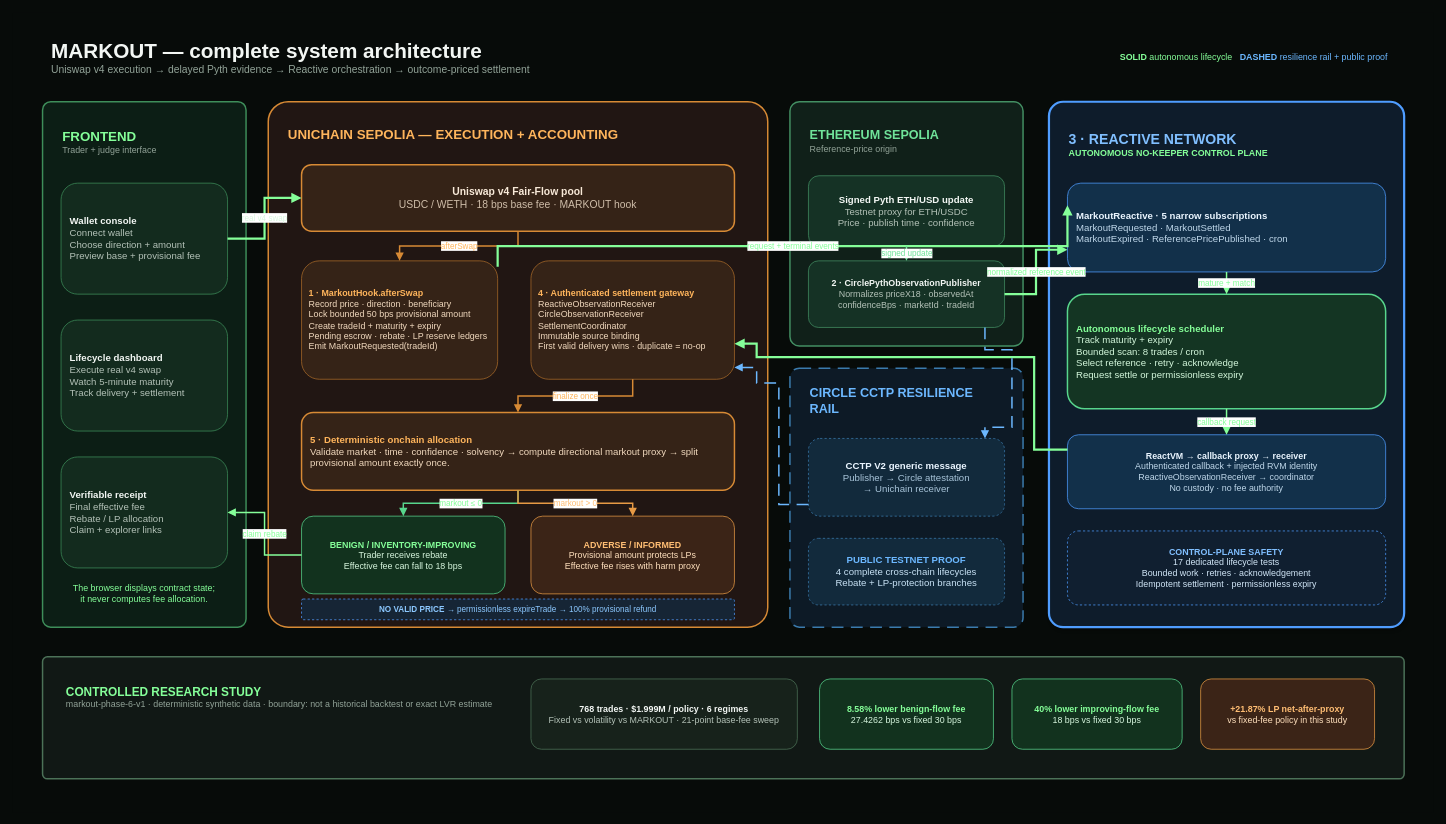
The draw.io diagram page "01 Complete Architecture" (1 of 2) of docs/diagrams/MARKOUT_ARCHITECTURE.drawio in RudraBhaskar9439/markout-hook, before the edit. Source tidied: cells renumbered, new cells numbered last; positions are measured from the earlier drawing's top-left corner, leaving out a move shared by most shapes. Both pictures are drawn from the tidied source at 74%, with x=0, y=0 at pixel (13, 13).
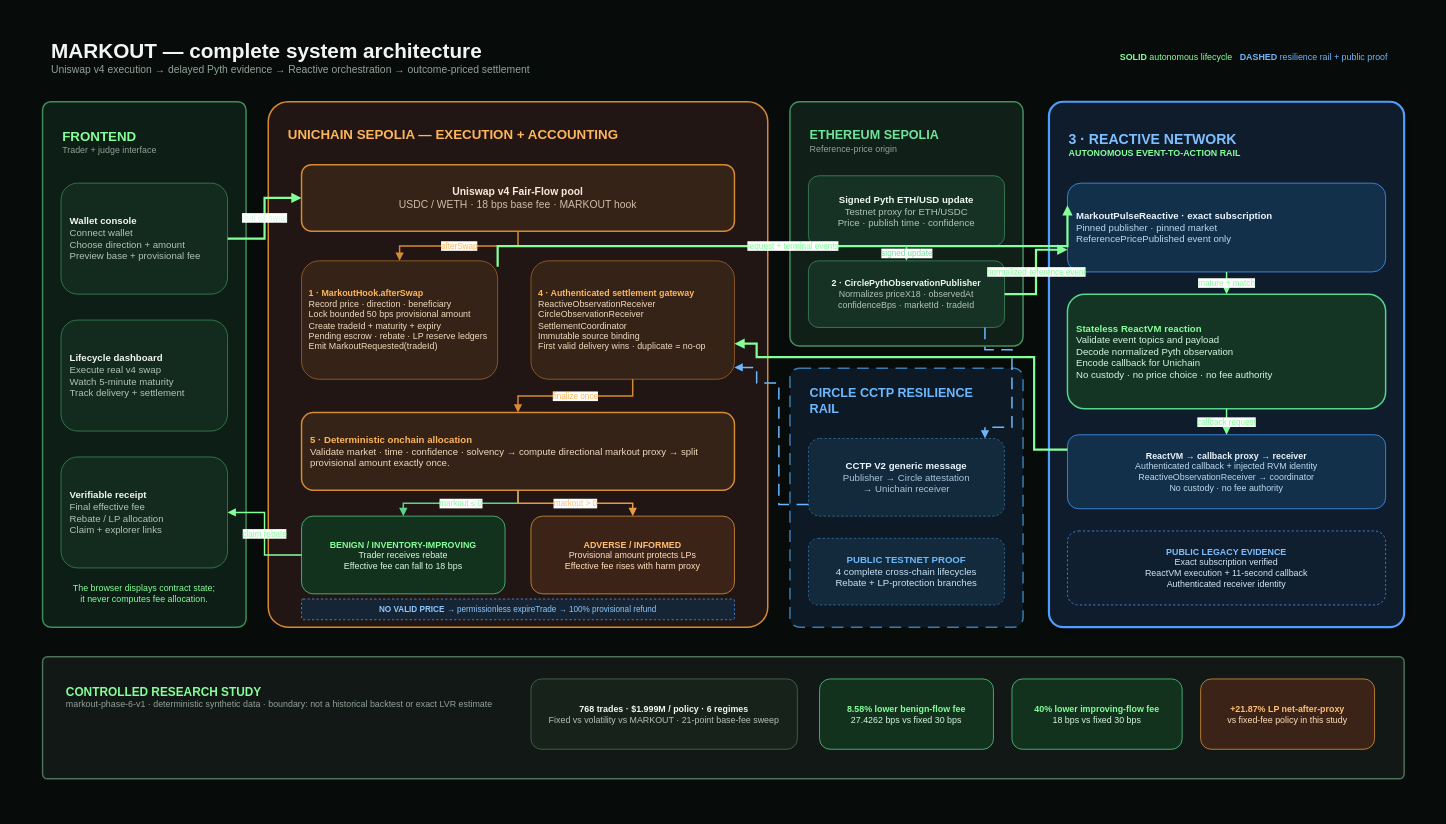
After the change.

The edit, as a diff of the source:
```diff
@@
-    <mxCell id="29" value="&lt;font color=&quot;#80BFFF&quot; style=&quot;font-size: 19px;&quot;&gt;&lt;b&gt;3 · REACTIVE NETWORK&lt;/b&gt;&lt;/font&gt;&lt;br&gt;&lt;font color=&quot;#85FF99&quot;&gt;&lt;b&gt;AUTONOMOUS NO-KEEPER CONTROL PLANE&lt;/b&gt;&lt;/font&gt;" style="text;html=1;align=left;verticalAlign=middle;whiteSpace=wrap;" parent="1" vertex="1">
+    <mxCell id="29" value="&lt;font color=&quot;#80BFFF&quot; style=&quot;font-size: 19px;&quot;&gt;&lt;b&gt;3 · REACTIVE NETWORK&lt;/b&gt;&lt;/font&gt;&lt;br&gt;&lt;font color=&quot;#85FF99&quot;&gt;&lt;b&gt;AUTONOMOUS EVENT-TO-ACTION RAIL&lt;/b&gt;&lt;/font&gt;" style="text;html=1;align=left;verticalAlign=middle;whiteSpace=wrap;" parent="1" vertex="1">
       <mxGeometry x="1425" y="145" width="425" height="65" as="geometry" />
     </mxCell>
-    <mxCell id="30" value="&lt;font color=&quot;#EAF5FF&quot;&gt;&lt;b&gt;MarkoutReactive · 5 narrow subscriptions&lt;/b&gt;&lt;/font&gt;&lt;br&gt;&lt;font color=&quot;#BFD7EA&quot;&gt;MarkoutRequested · MarkoutSettled&lt;br&gt;MarkoutExpired · ReferencePricePublished · cron&lt;/font&gt;" style="rounded=1;whiteSpace=wrap;html=1;fillColor=#12304A;strokeColor=#4F9DFF;fontSize=13;spacing=12;align=left;" parent="1" vertex="1">
+    <mxCell id="30" value="&lt;font color=&quot;#EAF5FF&quot;&gt;&lt;b&gt;MarkoutPulseReactive · exact subscription&lt;/b&gt;&lt;/font&gt;&lt;br&gt;&lt;font color=&quot;#BFD7EA&quot;&gt;Pinned publisher · pinned market&lt;br&gt;ReferencePricePublished event only&lt;/font&gt;" style="rounded=1;whiteSpace=wrap;html=1;fillColor=#12304A;strokeColor=#4F9DFF;fontSize=13;spacing=12;align=left;" parent="1" vertex="1">
       <mxGeometry x="1425" y="230" width="430" height="120" as="geometry" />
     </mxCell>
-    <mxCell id="31" value="&lt;font color=&quot;#85FF99&quot;&gt;&lt;b&gt;Autonomous lifecycle scheduler&lt;/b&gt;&lt;/font&gt;&lt;br&gt;&lt;font color=&quot;#D4F8DC&quot;&gt;Track maturity + expiry&lt;br&gt;Bounded scan: 8 trades / cron&lt;br&gt;Select reference · retry · acknowledge&lt;br&gt;Request settle or permissionless expiry&lt;/font&gt;" style="rounded=1;whiteSpace=wrap;html=1;fillColor=#143523;strokeColor=#58D68D;strokeWidth=2;fontSize=13;spacing=12;align=left;" parent="1" vertex="1">
+    <mxCell id="31" value="&lt;font color=&quot;#85FF99&quot;&gt;&lt;b&gt;Stateless ReactVM reaction&lt;/b&gt;&lt;/font&gt;&lt;br&gt;&lt;font color=&quot;#D4F8DC&quot;&gt;Validate event topics and payload&lt;br&gt;Decode normalized Pyth observation&lt;br&gt;Encode callback for Unichain&lt;br&gt;No custody · no price choice · no fee authority&lt;/font&gt;" style="rounded=1;whiteSpace=wrap;html=1;fillColor=#143523;strokeColor=#58D68D;strokeWidth=2;fontSize=13;spacing=12;align=left;" parent="1" vertex="1">
       <mxGeometry x="1425" y="380" width="430" height="155" as="geometry" />
     </mxCell>
@@
-    <mxCell id="33" value="&lt;font color=&quot;#80BFFF&quot;&gt;&lt;b&gt;CONTROL-PLANE SAFETY&lt;/b&gt;&lt;/font&gt;&lt;br&gt;&lt;font color=&quot;#D1E6F7&quot;&gt;17 dedicated lifecycle tests&lt;br&gt;Bounded work · retries · acknowledgement&lt;br&gt;Idempotent settlement · permissionless expiry&lt;/font&gt;" style="rounded=1;whiteSpace=wrap;html=1;fillColor=#101F30;strokeColor=#4F9DFF;dashed=1;fontSize=12;align=center;" parent="1" vertex="1">
+    <mxCell id="33" value="&lt;font color=&quot;#80BFFF&quot;&gt;&lt;b&gt;PUBLIC LEGACY EVIDENCE&lt;/b&gt;&lt;/font&gt;&lt;br&gt;&lt;font color=&quot;#D1E6F7&quot;&gt;Exact subscription verified&lt;br&gt;ReactVM execution + 11-second callback&lt;br&gt;Authenticated receiver identity&lt;/font&gt;" style="rounded=1;whiteSpace=wrap;html=1;fillColor=#101F30;strokeColor=#4F9DFF;dashed=1;fontSize=12;align=center;" parent="1" vertex="1">
       <mxGeometry x="1425" y="700" width="430" height="100" as="geometry" />
     </mxCell>
```
